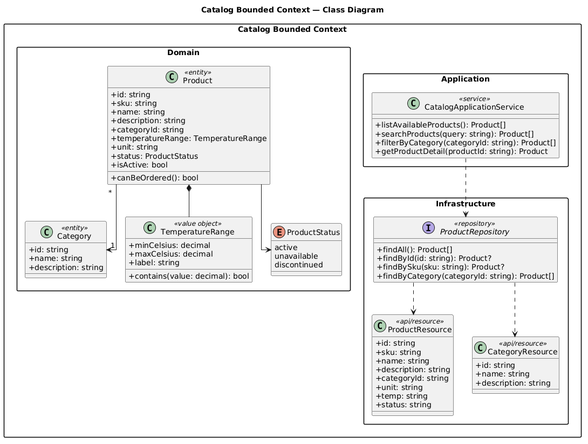
Earlier version of the PlantUML export report/assets/images/chapter-4/architecture/class-diagrams/class-diagram-catalog.png (upc-pre-202610-1asi0730-12242-king/nexa-ecosystem-report).
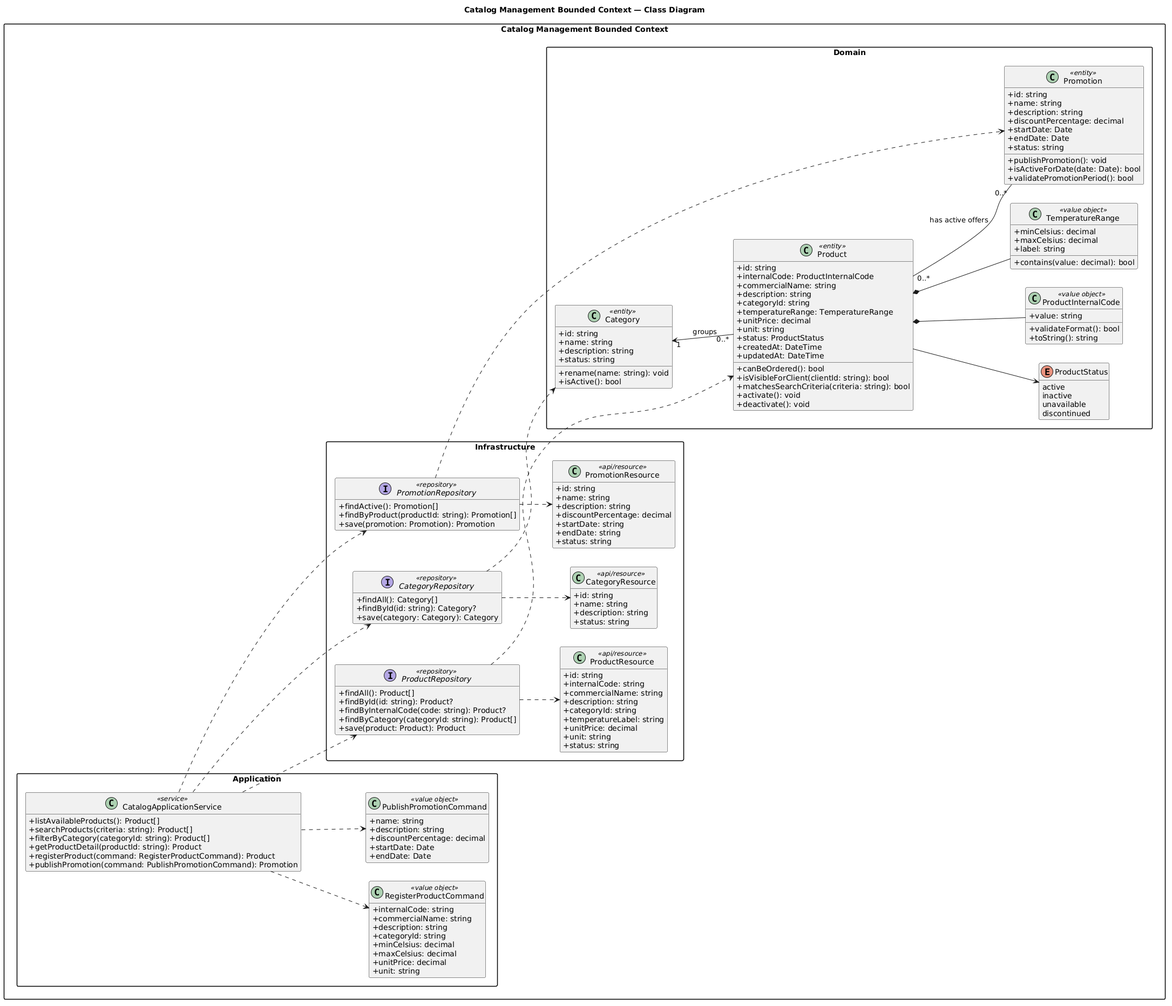
Later version of the same file.

Commit message:
docs(diagrams): complete subdomain class designs

Context:
- AV2 product design and C4 architecture definitions

Changes:
- Draft design guidelines and diagrams details
- Ensure compliance with subdomain boundaries

Reason:
- Establish clear design patterns and architecture mapping

Validation:
- Verify image asset rendering and markdown consistency

Diff of the diagram source:
```diff
@@ -1,32 +1,60 @@
 @startuml
-title Catalog Bounded Context — Class Diagram
-
-skinparam shadowing false
+left to right direction
 skinparam packageStyle rectangle
 skinparam classAttributeIconSize 0
-skinparam defaultFontName Inter
-skinparam linetype ortho
+hide empty members
 
-package "Catalog Bounded Context" {
+title Catalog Management Bounded Context — Class Diagram
+
+package "Catalog Management Bounded Context" {
 
   package "Domain" {
+
     class Product <<entity>> {
       +id: string
-      +sku: string
-      +name: string
+      +internalCode: ProductInternalCode
+      +commercialName: string
       +description: string
       +categoryId: string
       +temperatureRange: TemperatureRange
+      +unitPrice: decimal
       +unit: string
       +status: ProductStatus
-      +isActive: bool
+      +createdAt: DateTime
+      +updatedAt: DateTime
       +canBeOrdered(): bool
+      +isVisibleForClient(clientId: string): bool
+      +matchesSearchCriteria(criteria: string): bool
+      +activate(): void
+      +deactivate(): void
     }
 
     class Category <<entity>> {
       +id: string
       +name: string
       +description: string
+      +status: string
+      +rename(name: string): void
+      +isActive(): bool
+    }
+
+    class Promotion <<entity>> {
+      +id: string
+      +name: string
+      +description: string
+      +discountPercentage: decimal
+      +startDate: Date
+      +endDate: Date
+      +status: string
+      +publishPromotion(): void
+      +isActiveForDate(date: Date): bool
+      +validatePromotionPeriod(): bool
+    }
+
+    class ProductInternalCode <<value object>> {
+      +value: string
+      +validateFormat(): bool
+      +toString(): string
     }
 
     class TemperatureRange <<value object>> {
@@ -38,29 +66,74 @@
 
     enum ProductStatus {
       active
+      inactive
       unavailable
       discontinued
     }
   }
 
   package "Application" {
+
     class CatalogApplicationService <<service>> {
       +listAvailableProducts(): Product[]
-      +searchProducts(query: string): Product[]
+      +searchProducts(criteria: string): Product[]
       +filterByCategory(categoryId: string): Product[]
       +getProductDetail(productId: string): Product
+      +registerProduct(command: RegisterProductCommand): Product
+      +publishPromotion(command: PublishPromotionCommand): Promotion
+    }
+
+    class RegisterProductCommand <<value object>> {
+      +internalCode: string
+      +commercialName: string
+      +description: string
+      +categoryId: string
+      +minCelsius: decimal
+      +maxCelsius: decimal
+      +unitPrice: decimal
+      +unit: string
+    }
+
+    class PublishPromotionCommand <<value object>> {
+      +name: string
+      +description: string
+      +discountPercentage: decimal
+      +startDate: Date
+      +endDate: Date
     }
   }
 
   package "Infrastructure" {
+
+    interface ProductRepository <<repository>> {
+      +findAll(): Product[]
+      +findById(id: string): Product?
+      +findByInternalCode(code: string): Product?
+      +findByCategory(categoryId: string): Product[]
+      +save(product: Product): Product
+    }
+
+    interface CategoryRepository <<repository>> {
+      +findAll(): Category[]
+      +findById(id: string): Category?
+      +save(category: Category): Category
+    }
+
+    interface PromotionRepository <<repository>> {
+      +findActive(): Promotion[]
+      +findByProduct(productId: string): Promotion[]
+      +save(promotion: Promotion): Promotion
+    }
+
     class ProductResource <<api/resource>> {
       +id: string
-      +sku: string
-      +name: string
+      +internalCode: string
+      +commercialName: string
       +description: string
       +categoryId: string
+      +temperatureLabel: string
+      +unitPrice: decimal
       +unit: string
-      +temp: string
       +status: string
     }
 
@@ -68,21 +141,37 @@
       +id: string
       +name: string
       +description: string
+      +status: string
     }
 
-    interface ProductRepository <<repository>> {
-      +findAll(): Product[]
-      +findById(id: string): Product?
-      +findBySku(sku: string): Product?
-      +findByCategory(categoryId: string): Product[]
+    class PromotionResource <<api/resource>> {
+      +id: string
+      +name: string
+      +description: string
+      +discountPercentage: decimal
+      +startDate: string
+      +endDate: string
+      +status: string
     }
   }
+}
 
-  Product "*" --> "1" Category
-  Product *-- TemperatureRange
-  Product --> ProductStatus
-  CatalogApplicationService ..> ProductRepository
-  ProductRepository ..> ProductResource
-  ProductRepository ..> CategoryResource
-}
+Category "1" <-- "0..*" Product : groups
+Product *-- ProductInternalCode
+Product *-- TemperatureRange
+Product --> ProductStatus
+Product "0..*" -- "0..*" Promotion : has active offers
+
+CatalogApplicationService ..> ProductRepository
+CatalogApplicationService ..> CategoryRepository
+CatalogApplicationService ..> PromotionRepository
+CatalogApplicationService ..> RegisterProductCommand
+CatalogApplicationService ..> PublishPromotionCommand
+
+ProductRepository ..> Product
+CategoryRepository ..> Category
+PromotionRepository ..> Promotion
+ProductRepository ..> ProductResource
+CategoryRepository ..> CategoryResource
+PromotionRepository ..> PromotionResource
 @enduml
```
